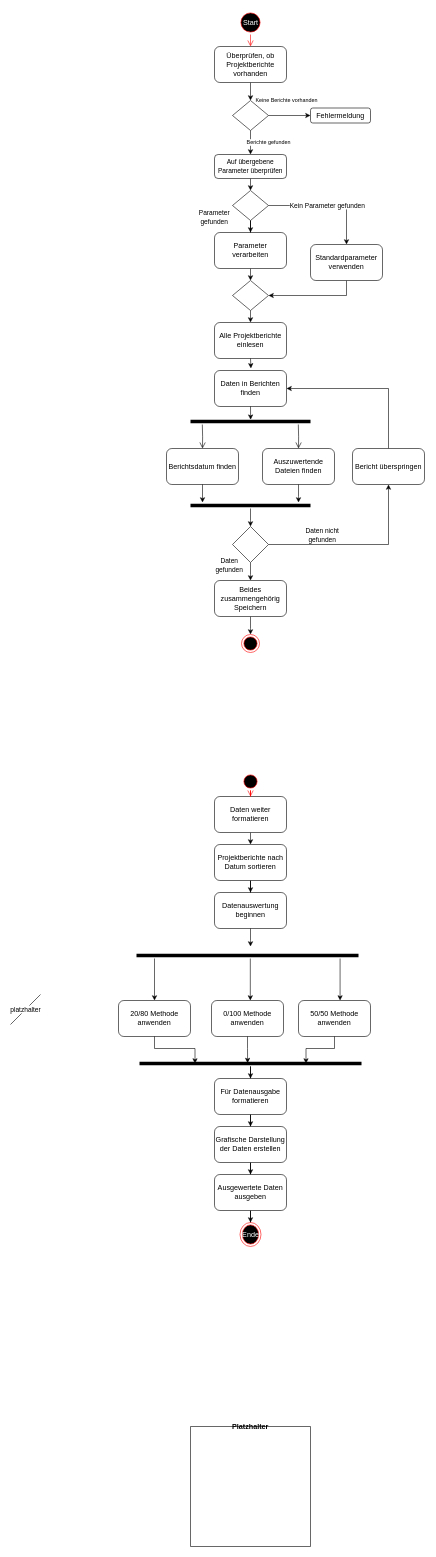
INKSec/Diagramme keeps this draw.io diagram as activity.drawio. Above is the earlier version. Source tidied: cells renumbered, new cells numbered last; positions are measured from the earlier drawing's top-left corner, leaving out a move shared by most shapes. Both pictures are drawn from the tidied source at 60%, with x=0, y=0 at pixel (10, 10).
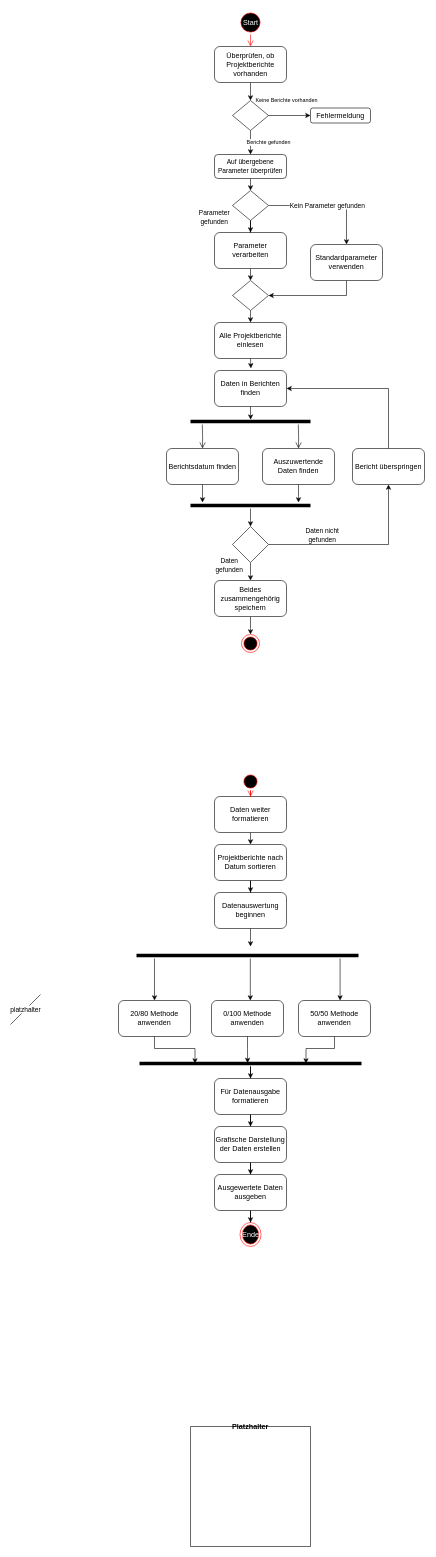
After the change.

Diff of the diagram source:
```diff
@@
-    <mxCell id="30" value="Auszuwertende Dateien finden" style="rounded=1;whiteSpace=wrap;html=1;" parent="1" vertex="1">
+    <mxCell id="30" value="Auszuwertende Daten finden" style="rounded=1;whiteSpace=wrap;html=1;" parent="1" vertex="1">
       <mxGeometry x="420" y="730" width="120" height="60" as="geometry" />
     </mxCell>
@@
-    <mxCell id="36" value="Beides zusammengehörig Speichern" style="rounded=1;whiteSpace=wrap;html=1;" parent="1" vertex="1">
+    <mxCell id="36" value="Beides zusammengehörig speichern" style="rounded=1;whiteSpace=wrap;html=1;" parent="1" vertex="1">
       <mxGeometry x="340" y="950" width="120" height="60" as="geometry" />
     </mxCell>
```
